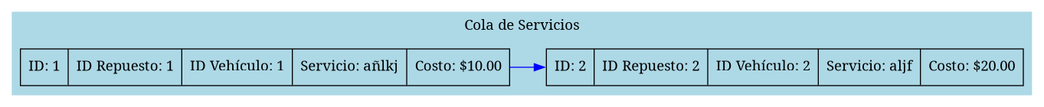
eric-rojas/-EDD-1S2025_202200331 keeps this Graphviz diagram as AutoGestPro/Reports/colaServicios.png. Above is the earlier version. Its source is kept beside it as AutoGestPro/Reports/colaServicios.dot.
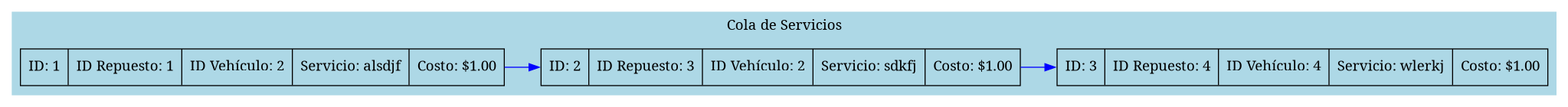
The same diagram one commit later.

What changed in the source:
```diff
@@ -5,8 +5,10 @@
         label = "Cola de Servicios";
         style=filled;
         color=lightblue;
-        node1 [label="{{ID: 1}|{ID Repuesto: 1}|{ID Vehículo: 1}|{Servicio: añlkj}|{Costo: $10.00}}"];
-        node2 [label="{{ID: 2}|{ID Repuesto: 2}|{ID Vehículo: 2}|{Servicio: aljf}|{Costo: $20.00}}"];
+        node1 [label="{{ID: 1}|{ID Repuesto: 1}|{ID Vehículo: 2}|{Servicio: alsdjf}|{Costo: $1.00}}"];
+        node2 [label="{{ID: 2}|{ID Repuesto: 3}|{ID Vehículo: 2}|{Servicio: sdkfj}|{Costo: $1.00}}"];
+        node3 [label="{{ID: 3}|{ID Repuesto: 4}|{ID Vehículo: 4}|{Servicio: wlerkj}|{Costo: $1.00}}"];
         node1 -> node2 [color=blue, constraint=true];
+        node2 -> node3 [color=blue, constraint=true];
     }
 }
```
